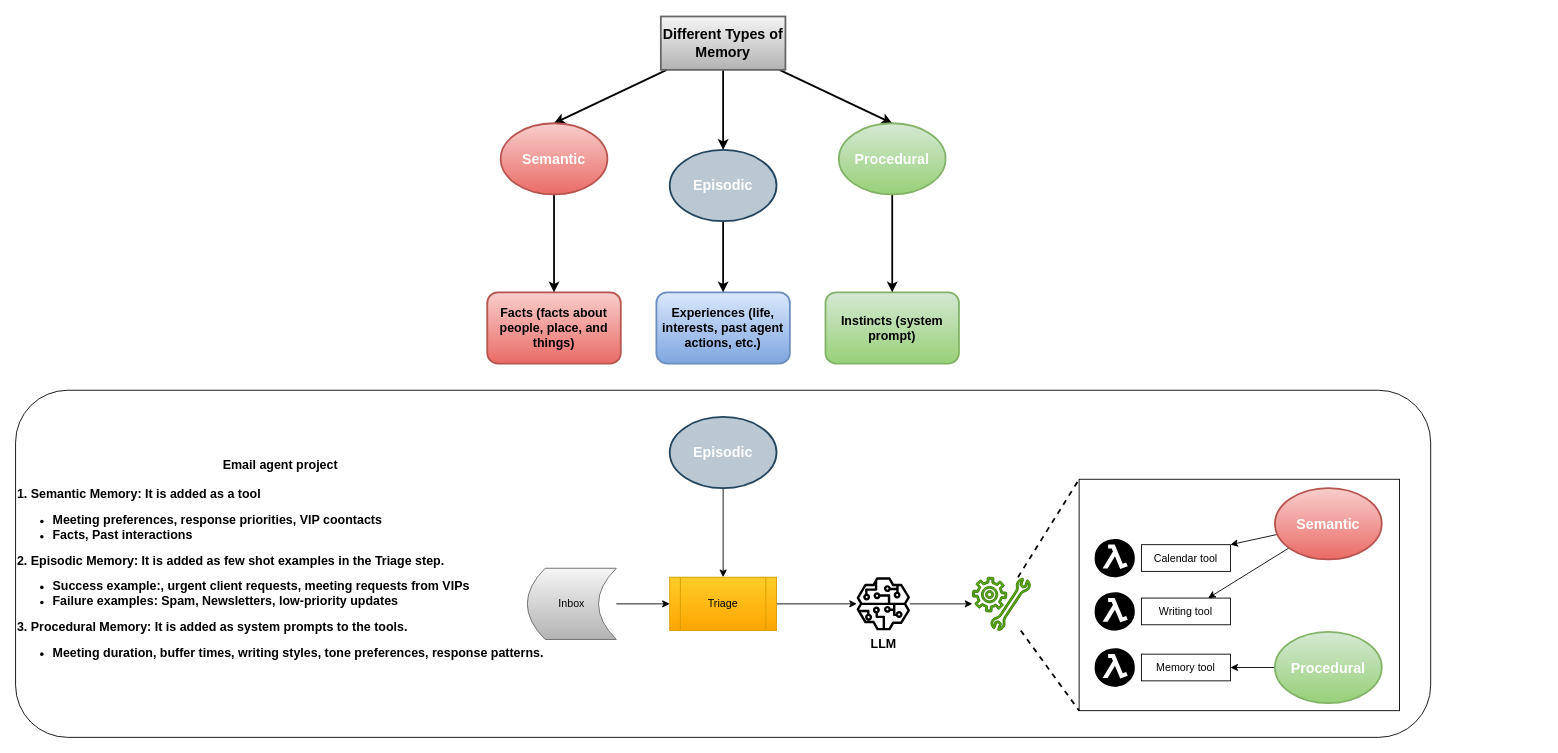
The draw.io diagram page "LangChain-Course" (8 of 8) of schema/project_schema.drawio in mouli1508/AI-textbook-Q-A-using-RAG, before the edit. Source tidied: cells renumbered, new cells numbered last; positions are measured from the earlier drawing's top-left corner, leaving out a move shared by most shapes. Both pictures are drawn from the tidied source at 89%, with x=0, y=0 at pixel (15, 16).
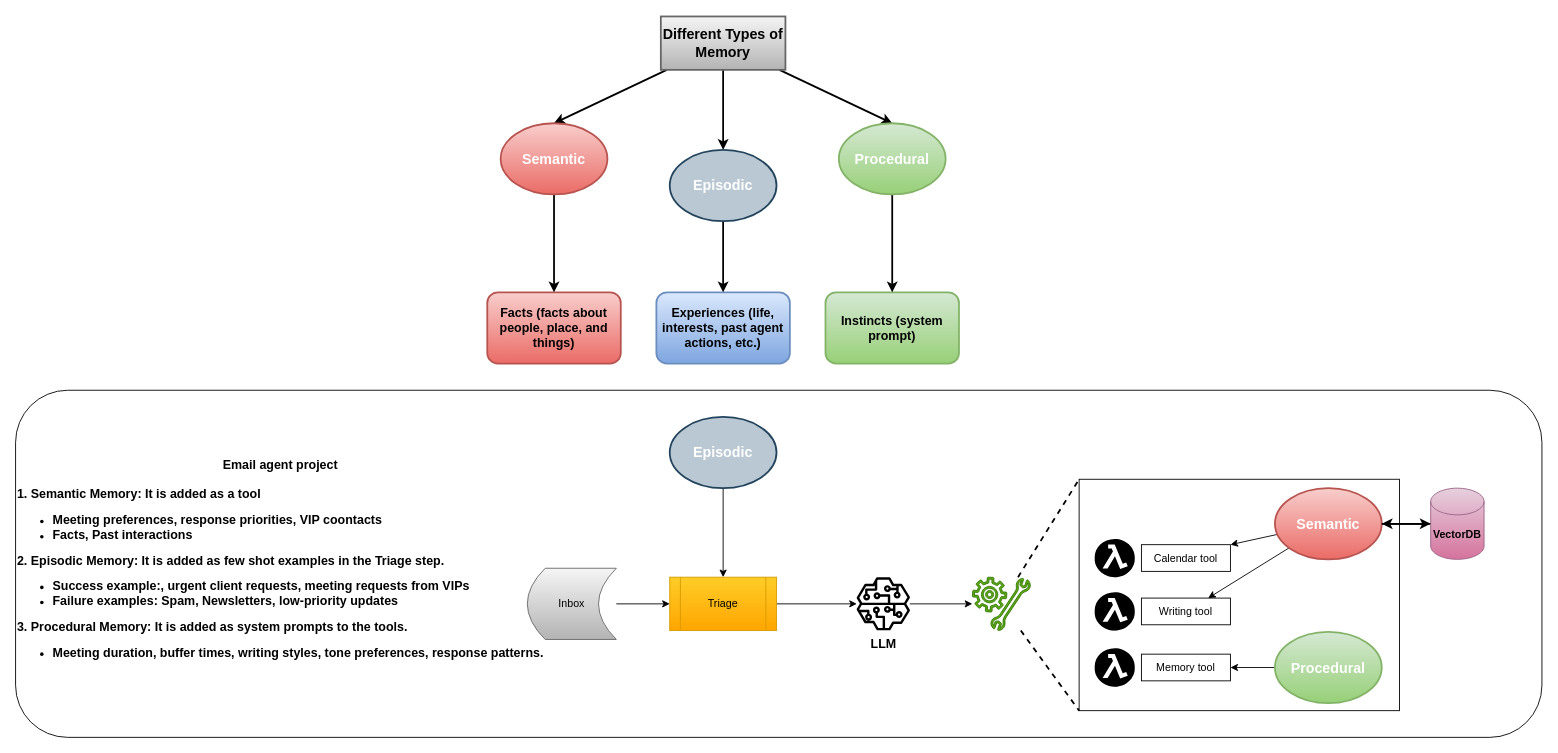
The same page after the edit.

Commit message (it also covers changes not shown here):
update lesson 4 langgraph

The change refers to these unchanged cells:
```xml
<mxCell id="26" value="&lt;span&gt;&lt;font style=&quot;color: light-dark(rgb(255, 255, 255), rgb(255, 255, 255)); font-size: 16px;&quot;&gt;&lt;b&gt;Semantic&lt;/b&gt;&lt;/font&gt;&lt;/span&gt;" style="ellipse;whiteSpace=wrap;html=1;strokeWidth=2;fillColor=#f8cecc;strokeColor=#b85450;gradientColor=#ea6b66;" parent="1" vertex="1">
  <mxGeometry x="1415" y="530" width="120" height="80" as="geometry" />
</mxCell>
```

The edit, as a diff of the source:
```diff
@@
     <mxCell id="2" value="&lt;div style=&quot;text-align: center;&quot;&gt;&lt;b style=&quot;font-size: 14px; background-color: transparent;&quot;&gt;Email agent project&lt;/b&gt;&lt;/div&gt;&lt;div style=&quot;text-align: center;&quot;&gt;&lt;font style=&quot;font-size: 14px; color: light-dark(rgb(0, 0, 0), rgb(255, 255, 255));&quot;&gt;&lt;b&gt;&lt;br&gt;&lt;/b&gt;&lt;/font&gt;&lt;/div&gt;&lt;div&gt;&lt;font style=&quot;font-size: 14px; color: light-dark(rgb(0, 0, 0), rgb(255, 255, 255));&quot;&gt;&lt;b&gt;1. Semantic Memory: It is added as a tool&lt;/b&gt;&lt;/font&gt;&lt;/div&gt;&lt;div&gt;&lt;ul&gt;&lt;li&gt;&lt;font style=&quot;font-size: 14px; color: light-dark(rgb(0, 0, 0), rgb(255, 255, 255));&quot;&gt;&lt;b&gt;Meeting preferences, response priorities, VIP coontacts&lt;/b&gt;&lt;/font&gt;&lt;/li&gt;&lt;li&gt;&lt;font style=&quot;font-size: 14px; color: light-dark(rgb(0, 0, 0), rgb(255, 255, 255));&quot;&gt;&lt;b&gt;Facts, Past interactions&lt;/b&gt;&lt;/font&gt;&lt;/li&gt;&lt;/ul&gt;&lt;div&gt;&lt;font style=&quot;font-size: 14px; color: light-dark(rgb(0, 0, 0), rgb(255, 255, 255));&quot;&gt;&lt;b&gt;2. Episodic Memory: It is added as few shot examples in the Triage step.&lt;/b&gt;&lt;/font&gt;&lt;/div&gt;&lt;div&gt;&lt;ul&gt;&lt;li&gt;&lt;font style=&quot;font-size: 14px; color: light-dark(rgb(0, 0, 0), rgb(255, 255, 255));&quot;&gt;&lt;b&gt;Success example:, urgent client requests, meeting requests from VIPs&lt;/b&gt;&lt;/font&gt;&lt;/li&gt;&lt;li&gt;&lt;font style=&quot;font-size: 14px; color: light-dark(rgb(0, 0, 0), rgb(255, 255, 255));&quot;&gt;&lt;b&gt;Failure examples: Spam, Newsletters, low-priority updates&lt;/b&gt;&lt;/font&gt;&lt;/li&gt;&lt;/ul&gt;&lt;span style=&quot;background-color: transparent;&quot;&gt;&lt;font style=&quot;font-size: 14px; color: light-dark(rgb(0, 0, 0), rgb(255, 255, 255));&quot;&gt;&lt;b&gt;3&lt;font style=&quot;&quot;&gt;. Procedural Memory: It is added as system prompts to the tools.&lt;/font&gt;&lt;/b&gt;&lt;/font&gt;&lt;/span&gt;&lt;/div&gt;&lt;div&gt;&lt;ul&gt;&lt;li&gt;&lt;span style=&quot;background-color: transparent;&quot;&gt;&lt;font style=&quot;font-size: 14px; color: light-dark(rgb(0, 0, 0), rgb(255, 255, 255));&quot;&gt;&lt;b style=&quot;&quot;&gt;Meeting duration, buffer times, writing styles, tone preferences, response patterns.&lt;/b&gt;&lt;/font&gt;&lt;/span&gt;&lt;/li&gt;&lt;/ul&gt;&lt;/div&gt;&lt;/div&gt;" style="rounded=1;whiteSpace=wrap;html=1;align=left;" parent="1" vertex="1">
-      <mxGeometry y="420" width="1590" height="390" as="geometry" />
+      <mxGeometry y="420" width="1715" height="390" as="geometry" />
     </mxCell>
@@
+    <mxCell id="39" style="edgeStyle=none;html=1;entryX=1;entryY=0.5;entryDx=0;entryDy=0;strokeWidth=2;" parent="1" edge="1" source="40" target="26">
+      <mxGeometry relative="1" as="geometry" />
+    </mxCell>
+    <mxCell id="40" value="&lt;b&gt;VectorDB&lt;/b&gt;" style="shape=cylinder3;whiteSpace=wrap;html=1;boundedLbl=1;backgroundOutline=1;size=15;fillColor=#e6d0de;strokeColor=#996185;gradientColor=#d5739d;" parent="1" vertex="1">
+      <mxGeometry x="1590" y="530" width="60" height="80" as="geometry" />
+    </mxCell>
+    <mxCell id="41" style="edgeStyle=none;html=1;entryX=0;entryY=0.5;entryDx=0;entryDy=0;entryPerimeter=0;strokeWidth=2;" parent="1" edge="1" source="26" target="40">
+      <mxGeometry relative="1" as="geometry" />
+    </mxCell>
```
